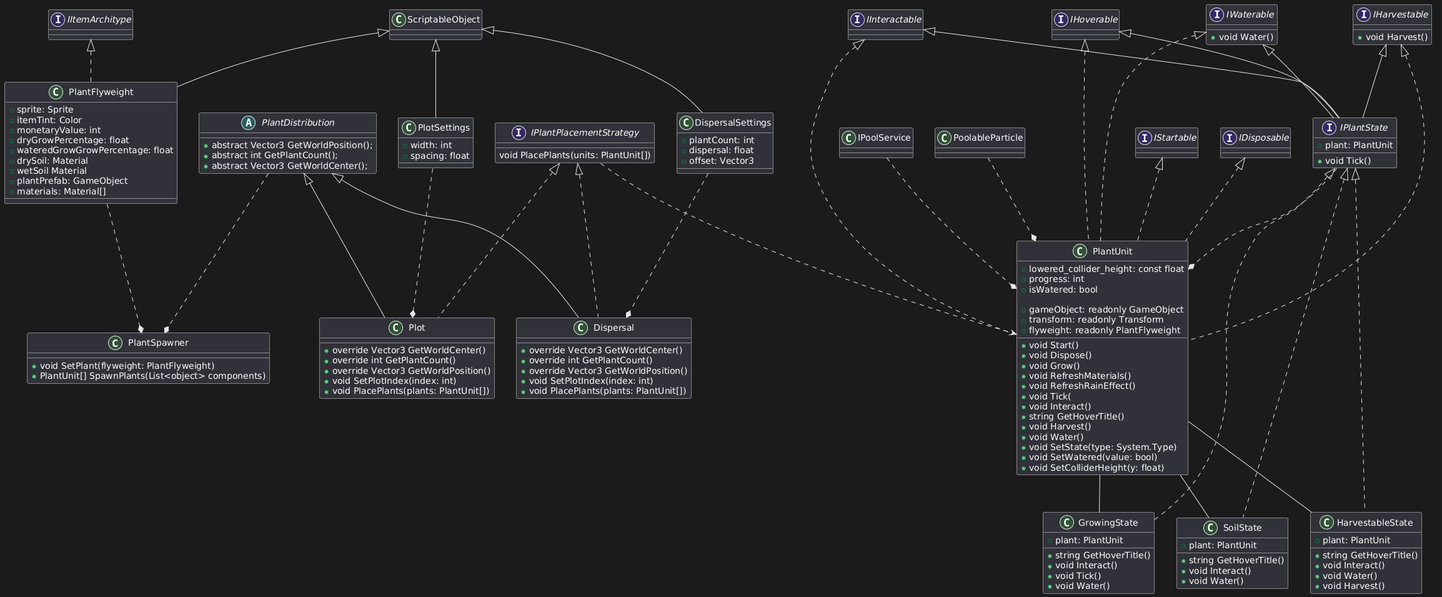
The PlantUML diagram plant_img.png in Dan-Mechanics/IntegratedGameplaySystem, before a commit.
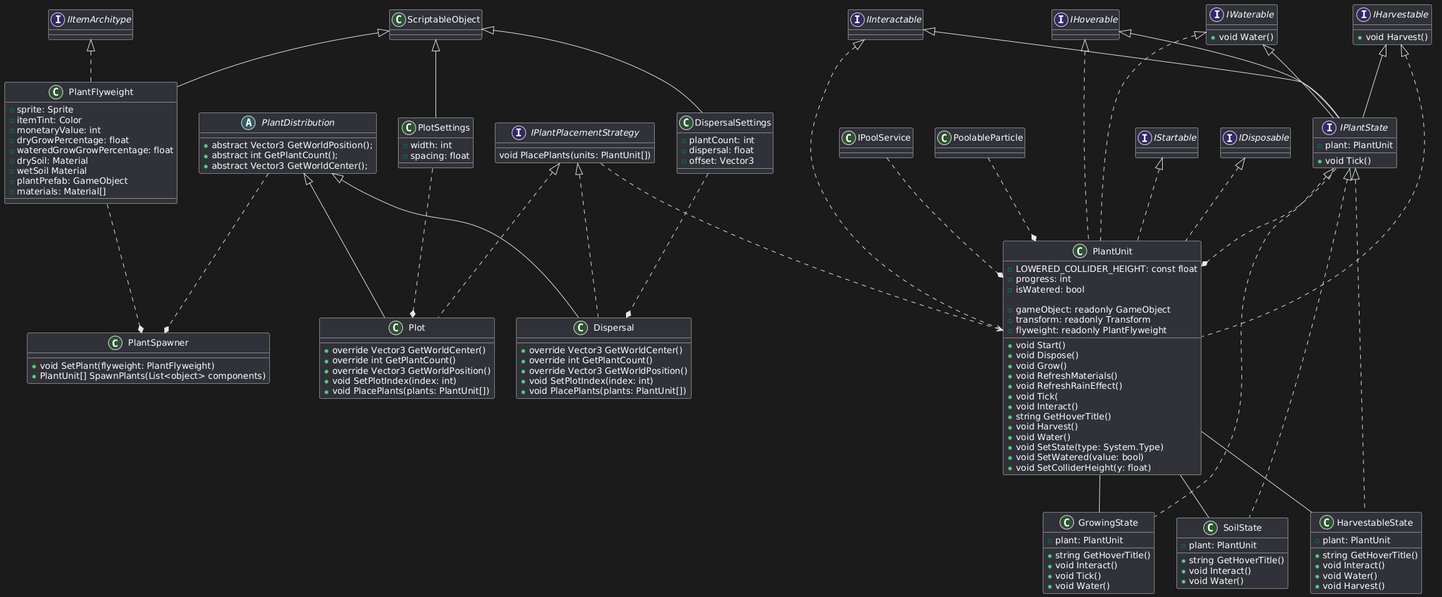
After the commit.

Change to the diagram source:
```diff
@@ -107,7 +107,7 @@
 
 class PlantUnit implements IStartable, IInteractable, IHoverable, IDisposable, IHarvestable, IWaterable
 {
-    + lowered_collider_height: const float
+    + LOWERED_COLLIDER_HEIGHT: const float
     + progress: int
     + isWatered: bool
 
```
